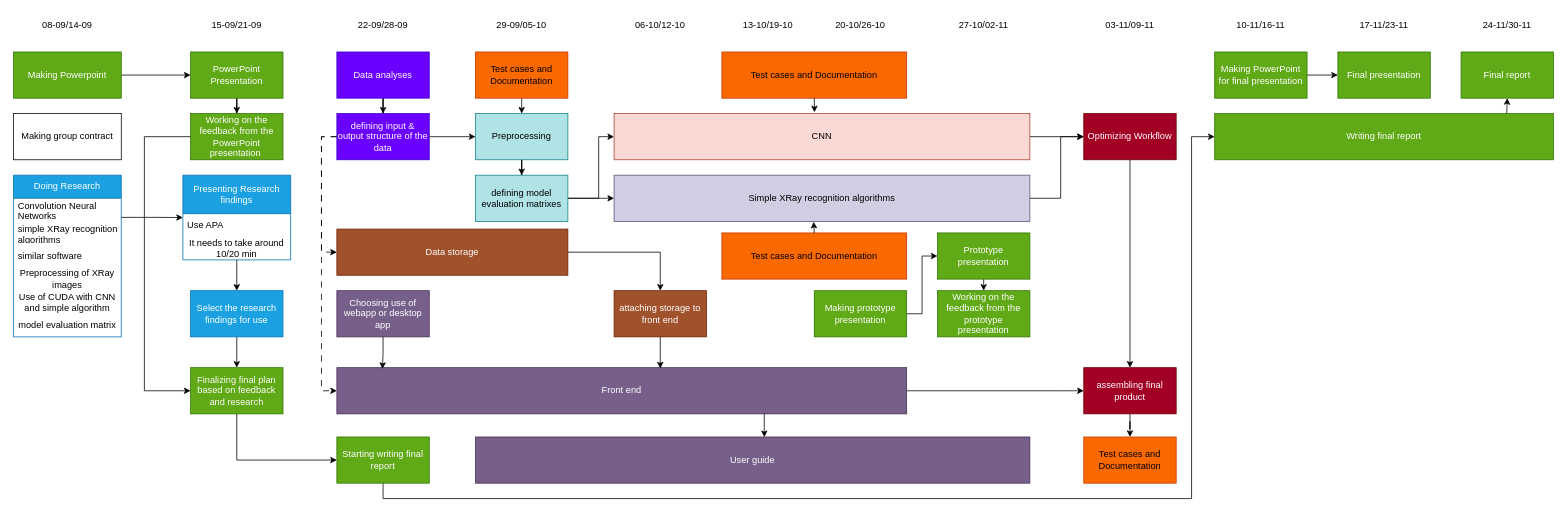
Above: Roadmap.drawio in DBerkey/Smart_X-Ray_Screening (draw.io), before the change. Source tidied: cells renumbered, new cells numbered last; positions are measured from the earlier drawing's top-left corner, leaving out a move shared by most shapes. Both pictures are drawn from the tidied source at 77%, with x=0, y=0 at pixel (13, 13).
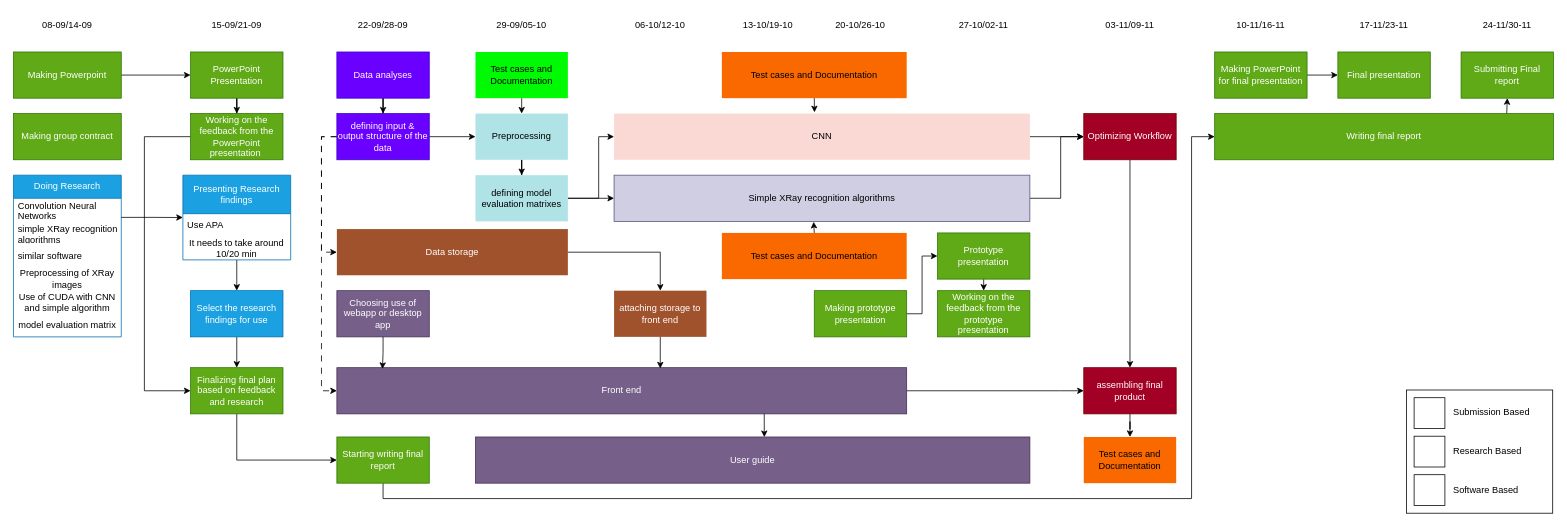
Above is the later version.

Change to the diagram source:
```diff
@@
-    <mxCell id="4" value="Making group contract" style="rounded=0;whiteSpace=wrap;html=1;" parent="1" vertex="1">
+    <mxCell id="4" value="Making group contract" style="rounded=0;whiteSpace=wrap;html=1;fillColor=#60a917;fontColor=#ffffff;strokeColor=#2D7600;" parent="1" vertex="1">
       <mxGeometry y="130" width="140" height="60" as="geometry" />
     </mxCell>
@@
-    <mxCell id="6" value="Doing Research" style="swimlane;fontStyle=0;horizontal=1;startSize=30;whiteSpace=wrap;html=1;fillColor=#1ba1e2;fontColor=#ffffff;strokeColor=#006EAF;" parent="1" vertex="1">
+    <mxCell id="6" value="Doing Research" style="swimlane;fontStyle=0;horizontal=1;startSize=30;whiteSpace=wrap;html=1;fillColor=#1BA1E2;fontColor=#ffffff;strokeColor=#006EAF;" parent="1" vertex="1">
       <mxGeometry y="210" width="140" height="210" as="geometry" />
     </mxCell>
@@
-    <mxCell id="26" value="Data analyses" style="rounded=0;whiteSpace=wrap;html=1;fillColor=#6a00ff;fontColor=#ffffff;strokeColor=#3700CC;" parent="1" vertex="1">
+    <mxCell id="26" value="Data analyses" style="rounded=0;whiteSpace=wrap;html=1;fillColor=light-dark(#6A00FF,#FF64EA);fontColor=#ffffff;strokeColor=#3700CC;" parent="1" vertex="1">
       <mxGeometry x="420" y="50" width="120" height="60" as="geometry" />
     </mxCell>
@@
-    <mxCell id="30" value="defining input &amp;amp; output structure of the data" style="whiteSpace=wrap;html=1;rounded=0;fillColor=#6a00ff;fontColor=#ffffff;strokeColor=#3700CC;" parent="1" vertex="1">
+    <mxCell id="30" value="defining input &amp;amp; output structure of the data" style="whiteSpace=wrap;html=1;rounded=0;fillColor=light-dark(#6A00FF,#FF64EA);fontColor=#ffffff;strokeColor=#3700CC;" parent="1" vertex="1">
       <mxGeometry x="420" y="130" width="120" height="60" as="geometry" />
     </mxCell>
@@
-    <mxCell id="32" value="Preprocessing" style="whiteSpace=wrap;html=1;rounded=0;fillColor=#b0e3e6;strokeColor=#0e8088;" parent="1" vertex="1">
+    <mxCell id="32" value="Preprocessing" style="whiteSpace=wrap;html=1;rounded=0;fillColor=light-dark(#B0E3E6,#91479B);strokeColor=none;" parent="1" vertex="1">
       <mxGeometry x="600" y="130" width="120" height="60" as="geometry" />
     </mxCell>
@@
-    <mxCell id="37" value="Data storage" style="rounded=0;whiteSpace=wrap;html=1;fillColor=#a0522d;fontColor=#ffffff;strokeColor=#6D1F00;" parent="1" vertex="1">
+    <mxCell id="37" value="Data storage" style="rounded=0;whiteSpace=wrap;html=1;fillColor=light-dark(#A0522D,#573D6C);fontColor=#ffffff;strokeColor=none;gradientColor=none;" parent="1" vertex="1">
       <mxGeometry x="420" y="280" width="300" height="60" as="geometry" />
     </mxCell>
-    <mxCell id="38" value="Final report" style="rounded=0;whiteSpace=wrap;html=1;fillColor=#60a917;fontColor=#ffffff;strokeColor=#2D7600;" parent="1" vertex="1">
+    <mxCell id="38" value="Submitting Final report" style="rounded=0;whiteSpace=wrap;html=1;fillColor=#60a917;fontColor=#ffffff;strokeColor=#2D7600;" parent="1" vertex="1">
       <mxGeometry x="1880" y="50" width="120" height="60" as="geometry" />
     </mxCell>
@@
-    <mxCell id="42" value="defining model evaluation matrixes" style="whiteSpace=wrap;html=1;rounded=0;fillColor=#b0e3e6;strokeColor=#0e8088;" parent="1" vertex="1">
+    <mxCell id="42" value="defining model evaluation matrixes" style="whiteSpace=wrap;html=1;rounded=0;fillColor=light-dark(#B0E3E6,#91479B);strokeColor=none;" parent="1" vertex="1">
       <mxGeometry x="600" y="210" width="120" height="60" as="geometry" />
     </mxCell>
-    <mxCell id="43" value="attaching storage to front end" style="whiteSpace=wrap;html=1;rounded=0;fillColor=#a0522d;fontColor=#ffffff;strokeColor=#6D1F00;" parent="1" vertex="1">
+    <mxCell id="43" value="attaching storage to front end" style="whiteSpace=wrap;html=1;rounded=0;fillColor=light-dark(#A0522D,#573D6C);fontColor=#ffffff;strokeColor=none;" parent="1" vertex="1">
       <mxGeometry x="780" y="360" width="120" height="60" as="geometry" />
     </mxCell>
@@
-    <mxCell id="45" value="CNN" style="whiteSpace=wrap;html=1;rounded=0;fillColor=#fad9d5;strokeColor=#ae4132;" parent="1" vertex="1">
+    <mxCell id="45" value="CNN" style="whiteSpace=wrap;html=1;rounded=0;fillColor=light-dark(#FAD9D5,#7931AF);strokeColor=none;" parent="1" vertex="1">
       <mxGeometry x="780" y="130" width="540" height="60" as="geometry" />
     </mxCell>
@@
-    <mxCell id="47" value="Simple XRay recognition algorithms" style="whiteSpace=wrap;html=1;rounded=0;fillColor=#d0cee2;strokeColor=#56517e;" parent="1" vertex="1">
+    <mxCell id="47" value="Simple XRay recognition algorithms" style="whiteSpace=wrap;html=1;rounded=0;fillColor=light-dark(#D0CEE2,#827EAF);strokeColor=#56517e;gradientColor=none;" parent="1" vertex="1">
       <mxGeometry x="780" y="210" width="540" height="60" as="geometry" />
     </mxCell>
@@
-    <mxCell id="49" value="Test cases and Documentation" style="rounded=0;whiteSpace=wrap;html=1;fillColor=#fa6800;fontColor=#000000;strokeColor=#C73500;" parent="1" vertex="1">
+    <mxCell id="49" value="Test cases and Documentation" style="rounded=0;whiteSpace=wrap;html=1;fillColor=light-dark(#00FA03,#63B076);fontColor=#000000;strokeColor=none;" parent="1" vertex="1">
       <mxGeometry x="600" y="50" width="120" height="60" as="geometry" />
     </mxCell>
-    <mxCell id="50" value="Test cases and Documentation" style="rounded=0;whiteSpace=wrap;html=1;fillColor=#fa6800;fontColor=#000000;strokeColor=#C73500;" parent="1" vertex="1">
+    <mxCell id="50" value="Test cases and Documentation" style="rounded=0;whiteSpace=wrap;html=1;fillColor=light-dark(#FA6800,#63B076);fontColor=#000000;strokeColor=none;" parent="1" vertex="1">
       <mxGeometry x="920" y="50" width="240" height="60" as="geometry" />
     </mxCell>
-    <mxCell id="51" value="Test cases and Documentation" style="rounded=0;whiteSpace=wrap;html=1;fillColor=#fa6800;fontColor=#000000;strokeColor=#C73500;" parent="1" vertex="1">
+    <mxCell id="51" value="Test cases and Documentation" style="rounded=0;whiteSpace=wrap;html=1;fillColor=light-dark(#FA6800,#63B076);fontColor=#000000;strokeColor=none;" parent="1" vertex="1">
       <mxGeometry x="920" y="285" width="240" height="60" as="geometry" />
     </mxCell>
@@
-    <mxCell id="60" value="Writing final report" style="rounded=0;whiteSpace=wrap;html=1;fillColor=#60a917;fontColor=#ffffff;strokeColor=#2D7600;" parent="1" vertex="1">
+    <mxCell id="60" value="Writing final report" style="rounded=0;whiteSpace=wrap;html=1;fillColor=#60A917;fontColor=#ffffff;strokeColor=#2D7600;" parent="1" vertex="1">
       <mxGeometry x="1560" y="130" width="440" height="60" as="geometry" />
     </mxCell>
@@
-    <mxCell id="71" value="Test cases and Documentation" style="rounded=0;whiteSpace=wrap;html=1;fillColor=#fa6800;fontColor=#000000;strokeColor=#C73500;" parent="1" vertex="1">
+    <mxCell id="71" value="Test cases and Documentation" style="rounded=0;whiteSpace=wrap;html=1;fillColor=light-dark(#FA6800,#63B076);fontColor=#000000;strokeColor=none;" parent="1" vertex="1">
       <mxGeometry x="1390" y="550" width="120" height="60" as="geometry" />
     </mxCell>
@@
+    <mxCell id="86" style="group;" parent="1" vertex="1">
+      <mxGeometry x="1749" y="488" width="250" height="160" as="geometry" />
+    </mxCell>
+    <mxCell id="87" style="rounded=0;whiteSpace=wrap;html=1;" parent="86" vertex="1">
+      <mxGeometry x="60" y="1" width="190" height="160" as="geometry" />
+    </mxCell>
+    <mxCell id="88" style="rounded=0;whiteSpace=wrap;html=1;fillColor=light-dark(#FFFFFF,#4A890C);" parent="86" vertex="1">
+      <mxGeometry x="70" y="11" width="40" height="40" as="geometry" />
+    </mxCell>
+    <mxCell id="89" style="rounded=0;whiteSpace=wrap;html=1;fillColor=light-dark(#FFFFFF,#198CC4);" parent="86" vertex="1">
+      <mxGeometry x="70" y="61" width="40" height="40" as="geometry" />
+    </mxCell>
+    <mxCell id="90" style="rounded=0;whiteSpace=wrap;html=1;fillColor=light-dark(#FFFFFF,#CC00CC);" parent="86" vertex="1">
+      <mxGeometry x="70" y="111" width="40" height="40" as="geometry" />
+    </mxCell>
+    <mxCell id="91" value="Submission Based&amp;nbsp;" style="text;html=1;align=left;verticalAlign=middle;whiteSpace=wrap;rounded=0;" parent="86" vertex="1">
+      <mxGeometry x="119" y="10" width="131" height="40" as="geometry" />
+    </mxCell>
+    <mxCell id="92" value="Research Based" style="text;html=1;align=left;verticalAlign=middle;whiteSpace=wrap;rounded=0;" parent="86" vertex="1">
+      <mxGeometry x="119" y="60" width="131" height="40" as="geometry" />
+    </mxCell>
+    <mxCell id="93" value="Software Based" style="text;html=1;align=left;verticalAlign=middle;whiteSpace=wrap;rounded=0;" parent="86" vertex="1">
+      <mxGeometry x="119" y="111" width="131" height="40" as="geometry" />
+    </mxCell>
```
